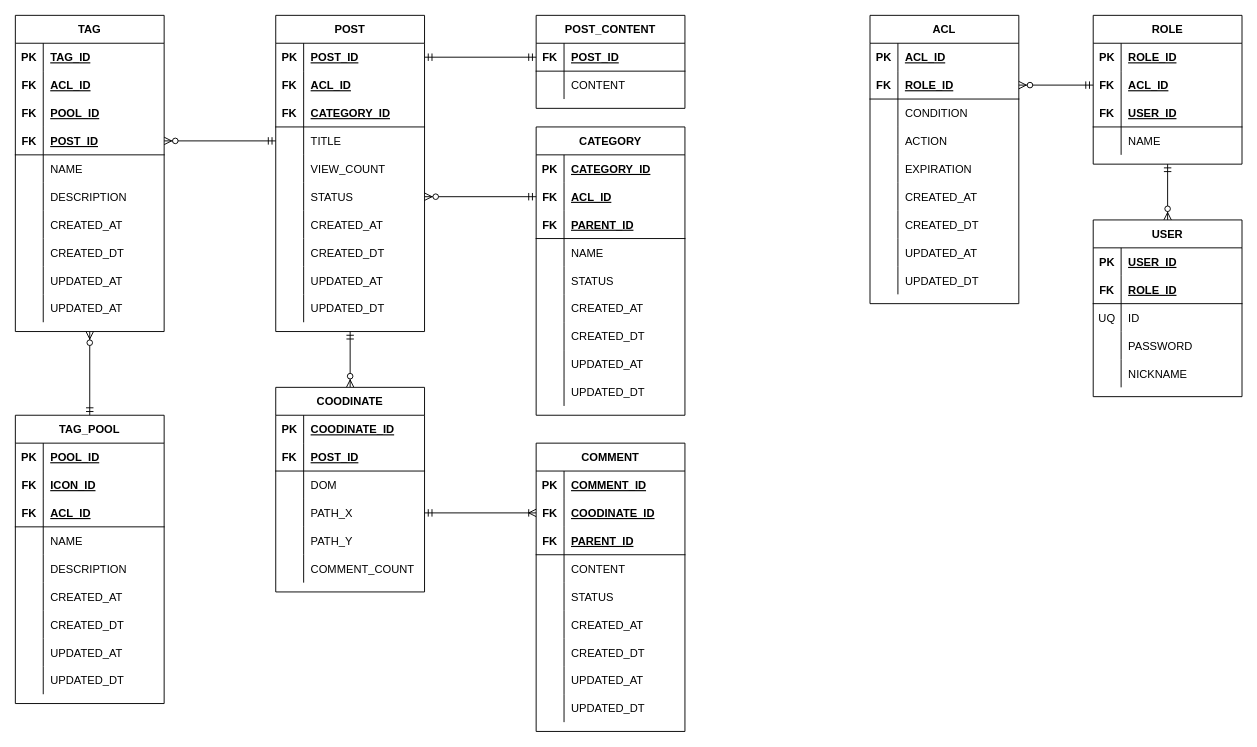
This is erd/Untitled Diagram.drawio from pollra/pudding-back, a draw.io file, before an edit. Source tidied: cells renumbered, new cells numbered last; positions are measured from the earlier drawing's top-left corner, leaving out a move shared by most shapes. Both pictures are drawn from the tidied source at 93%, with x=0, y=0 at pixel (15, 15).
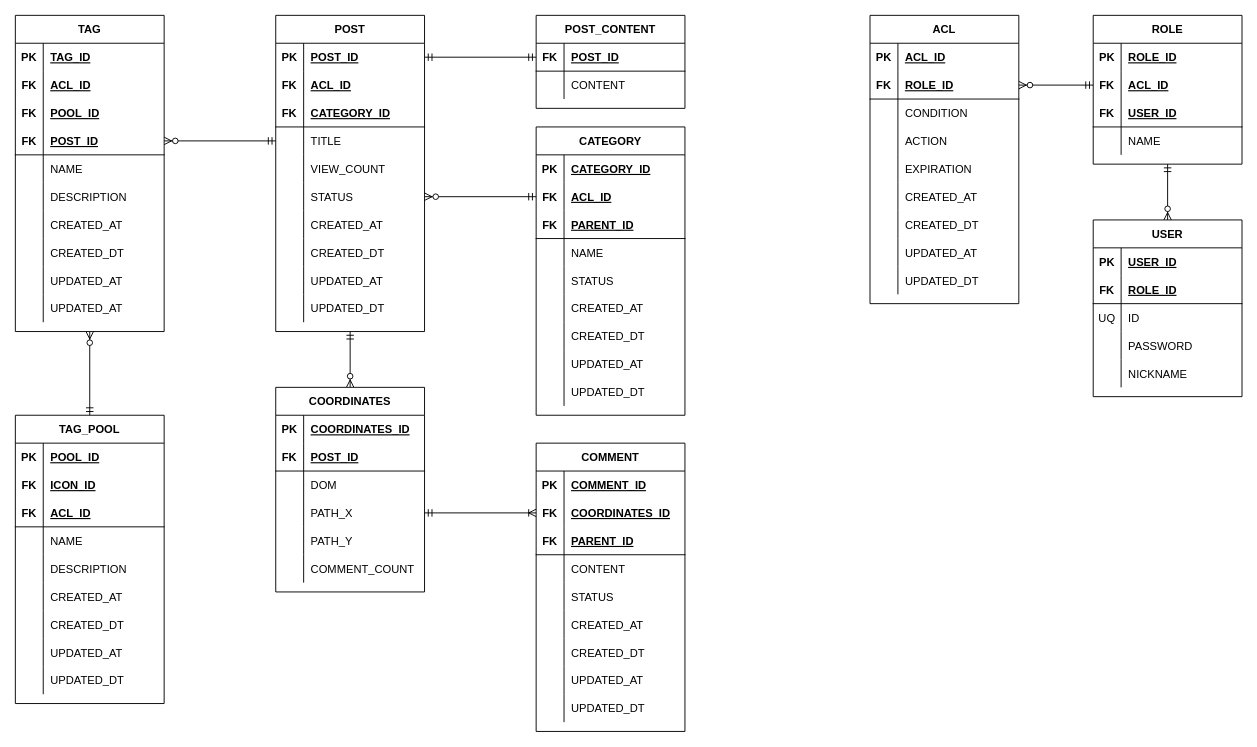
Above is the later version.

Unchanged cells that the change refers to:
```xml
<mxCell id="133" style="shape=partialRectangle;fillColor=none;top=0;left=0;bottom=0;right=0;" parent="132" vertex="1">
  <mxGeometry y="30" width="160" height="30" as="geometry" />
</mxCell>
<mxCell id="156" style="shape=partialRectangle;fillColor=none;top=0;left=0;bottom=0;right=0;points=[[0,0.5],[1,0.5]];portConstraint=eastwest;" parent="152" vertex="1">
  <mxGeometry y="60" width="160" height="30" as="geometry" />
</mxCell>
```

Change to the diagram source:
```diff
@@
-    <mxCell id="132" value="COODINATE" style="shape=table;startSize=30;childLayout=tableLayout;rowLines=0;fontStyle=1;align=center;" parent="1" vertex="1">
+    <mxCell id="132" value="COORDINATES" style="shape=table;startSize=30;childLayout=tableLayout;rowLines=0;fontStyle=1;align=center;" parent="1" vertex="1">
       <mxGeometry x="280" y="400" width="160" height="220" as="geometry" />
     </mxCell>
@@
-    <mxCell id="135" value="COODINATE_ID" style="shape=partialRectangle;fillColor=none;top=0;left=0;bottom=0;right=0;align=left;spacingLeft=6;fontStyle=5;overflow=hidden;" parent="133" vertex="1">
+    <mxCell id="135" value="COORDINATES_ID" style="shape=partialRectangle;fillColor=none;top=0;left=0;bottom=0;right=0;align=left;spacingLeft=6;fontStyle=5;overflow=hidden;" parent="133" vertex="1">
       <mxGeometry x="30" width="130" height="30" as="geometry" />
     </mxCell>
@@
-    <mxCell id="158" value="COODINATE_ID" style="shape=partialRectangle;fillColor=none;top=0;left=0;bottom=0;right=0;align=left;spacingLeft=6;fontStyle=5;overflow=hidden;" parent="156" vertex="1">
+    <mxCell id="158" value="COORDINATES_ID" style="shape=partialRectangle;fillColor=none;top=0;left=0;bottom=0;right=0;align=left;spacingLeft=6;fontStyle=5;overflow=hidden;" parent="156" vertex="1">
       <mxGeometry x="30" width="130" height="30" as="geometry" />
     </mxCell>
```
